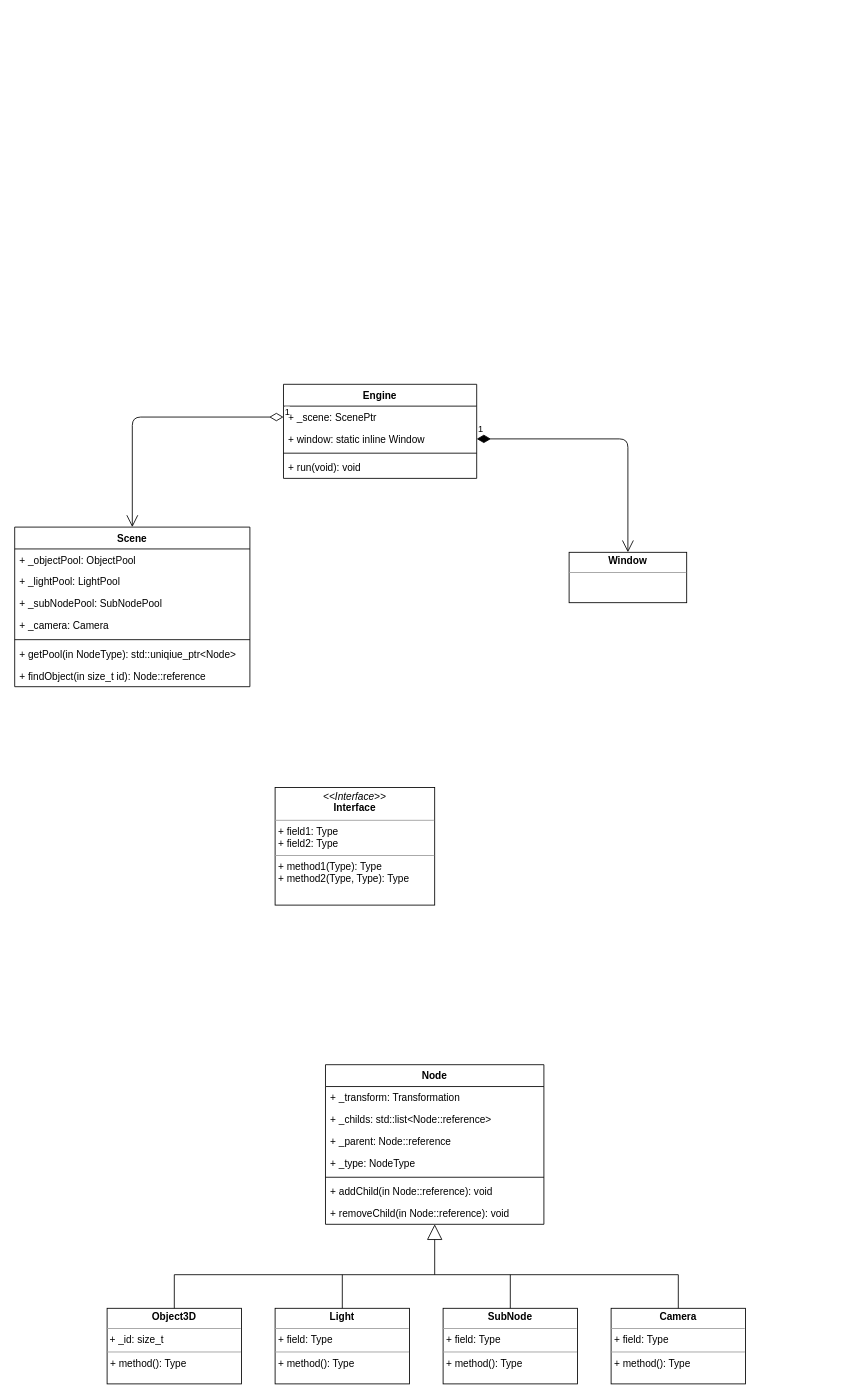
Before: Untitled Diagram.drawio in bit-creator/VisualEngine, a draw.io diagram. Source tidied: cells renumbered, new cells numbered last; positions are measured from the earlier drawing's top-left corner, leaving out a move shared by most shapes. Both pictures are drawn from the tidied source at 84%, with x=0, y=0 at pixel (14, 384).
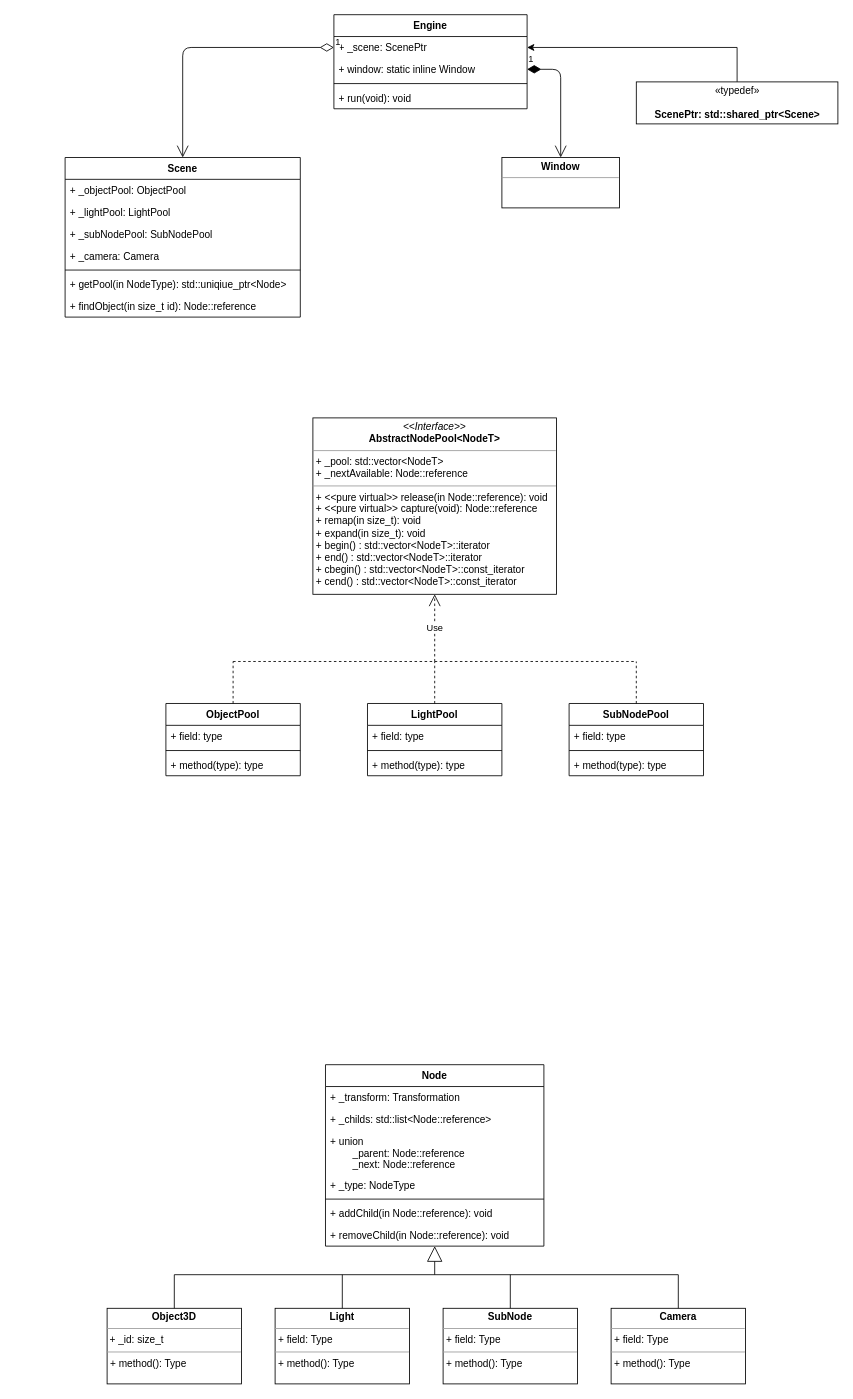
After the change.

Unchanged cells that the change refers to:
```xml
<mxCell id="29" value="+ _scene: ScenePtr" style="text;strokeColor=none;fillColor=none;align=left;verticalAlign=top;spacingLeft=4;spacingRight=4;overflow=hidden;points=[[0,0.5],[1,0.5]];portConstraint=eastwest;" parent="28" vertex="1">
  <mxGeometry y="26" width="230" height="26" as="geometry" />
</mxCell>
```

The edit, as a diff of the source:
```diff
@@
     <mxCell id="2" value="Node" style="swimlane;fontStyle=1;align=center;verticalAlign=top;horizontal=1;startSize=26;" parent="1" vertex="1">
-      <mxGeometry x="370" y="810" width="260" height="190" as="geometry" />
+      <mxGeometry x="370" y="810" width="260" height="216" as="geometry" />
     </mxCell>
@@
-    <mxCell id="5" value="+ _parent: Node::reference" style="text;strokeColor=none;fillColor=none;align=left;verticalAlign=top;spacingLeft=4;spacingRight=4;overflow=hidden;" parent="2" vertex="1">
-      <mxGeometry y="78" width="260" height="26" as="geometry" />
+    <mxCell id="5" value="+ union&#10;        _parent: Node::reference&#10;        _next: Node::reference&#10;" style="text;strokeColor=none;fillColor=none;align=left;verticalAlign=top;spacingLeft=4;spacingRight=4;overflow=hidden;" parent="2" vertex="1">
+      <mxGeometry y="78" width="260" height="52" as="geometry" />
     </mxCell>
     <mxCell id="6" value="+ _type: NodeType" style="text;strokeColor=none;fillColor=none;align=left;verticalAlign=top;spacingLeft=4;spacingRight=4;overflow=hidden;" parent="2" vertex="1">
-      <mxGeometry y="104" width="260" height="26" as="geometry" />
+      <mxGeometry y="130" width="260" height="26" as="geometry" />
     </mxCell>
     <mxCell id="7" style="line;strokeWidth=1;fillColor=none;align=left;verticalAlign=middle;spacingTop=-1;spacingLeft=3;spacingRight=3;labelPosition=right;" parent="2" vertex="1">
-      <mxGeometry y="130" width="260" height="8" as="geometry" />
+      <mxGeometry y="156" width="260" height="8" as="geometry" />
     </mxCell>
     <mxCell id="8" value="+ addChild(in Node::reference): void" style="text;strokeColor=none;fillColor=none;align=left;verticalAlign=top;spacingLeft=4;spacingRight=4;overflow=hidden;" parent="2" vertex="1">
-      <mxGeometry y="138" width="260" height="26" as="geometry" />
+      <mxGeometry y="164" width="260" height="26" as="geometry" />
     </mxCell>
     <mxCell id="9" value="+ removeChild(in Node::reference): void" style="text;strokeColor=none;fillColor=none;align=left;verticalAlign=top;spacingLeft=4;spacingRight=4;overflow=hidden;" parent="2" vertex="1">
-      <mxGeometry y="164" width="260" height="26" as="geometry" />
+      <mxGeometry y="190" width="260" height="26" as="geometry" />
     </mxCell>
     <mxCell id="10" value="Scene" style="swimlane;fontStyle=1;align=center;verticalAlign=top;horizontal=1;startSize=26;" parent="1" vertex="1">
-      <mxGeometry y="170" width="280" height="190" as="geometry" />
+      <mxGeometry x="60" y="-270" width="280" height="190" as="geometry" />
     </mxCell>
@@
     <mxCell id="28" value="Engine" style="swimlane;fontStyle=1;align=center;verticalAlign=top;horizontal=1;startSize=26;" parent="1" vertex="1">
-      <mxGeometry x="320" width="230" height="112" as="geometry" />
+      <mxGeometry x="380" y="-440" width="230" height="112" as="geometry" />
     </mxCell>
@@
     <mxCell id="34" value="&lt;p style=&quot;margin: 0px ; margin-top: 4px ; text-align: center&quot;&gt;&lt;b&gt;Window&lt;/b&gt;&lt;/p&gt;&lt;hr size=&quot;1&quot;&gt;&lt;div style=&quot;height: 2px&quot;&gt;&lt;/div&gt;" style="verticalAlign=top;align=left;overflow=fill;fontSize=12;fontFamily=Helvetica;html=1;" parent="1" vertex="1">
-      <mxGeometry x="660" y="200" width="140" height="60" as="geometry" />
+      <mxGeometry x="580" y="-270" width="140" height="60" as="geometry" />
     </mxCell>
-    <mxCell id="35" value="&lt;p style=&quot;margin:0px;margin-top:4px;text-align:center;&quot;&gt;&lt;i&gt;&amp;lt;&amp;lt;Interface&amp;gt;&amp;gt;&lt;/i&gt;&lt;br/&gt;&lt;b&gt;Interface&lt;/b&gt;&lt;/p&gt;&lt;hr size=&quot;1&quot;/&gt;&lt;p style=&quot;margin:0px;margin-left:4px;&quot;&gt;+ field1: Type&lt;br/&gt;+ field2: Type&lt;/p&gt;&lt;hr size=&quot;1&quot;/&gt;&lt;p style=&quot;margin:0px;margin-left:4px;&quot;&gt;+ method1(Type): Type&lt;br/&gt;+ method2(Type, Type): Type&lt;/p&gt;" style="verticalAlign=top;align=left;overflow=fill;fontSize=12;fontFamily=Helvetica;html=1;" parent="1" vertex="1">
-      <mxGeometry x="310" y="480" width="190" height="140" as="geometry" />
+    <mxCell id="35" value="&lt;p style=&quot;margin: 0px ; margin-top: 4px ; text-align: center&quot;&gt;&lt;i&gt;&amp;lt;&amp;lt;Interface&amp;gt;&amp;gt;&lt;/i&gt;&lt;br&gt;&lt;b&gt;AbstractNodePool&amp;lt;NodeT&amp;gt;&lt;/b&gt;&lt;/p&gt;&lt;hr size=&quot;1&quot;&gt;&lt;p style=&quot;margin: 0px ; margin-left: 4px&quot;&gt;+ _pool: std::vector&amp;lt;NodeT&amp;gt;&lt;br&gt;+ _nextAvailable: Node::reference&lt;/p&gt;&lt;hr size=&quot;1&quot;&gt;&lt;p style=&quot;margin: 0px ; margin-left: 4px&quot;&gt;+ &amp;lt;&amp;lt;pure virtual&amp;gt;&amp;gt; release(in Node::reference): void&lt;br&gt;+ &amp;lt;&amp;lt;pure virtual&amp;gt;&amp;gt; capture(void): Node::reference &lt;br&gt;&lt;/p&gt;&lt;p style=&quot;margin: 0px ; margin-left: 4px&quot;&gt;+ remap(in size_t): void&lt;/p&gt;&lt;p style=&quot;margin: 0px ; margin-left: 4px&quot;&gt;+ expand(in size_t): void&lt;/p&gt;&lt;p style=&quot;margin: 0px ; margin-left: 4px&quot;&gt;+ begin() : std::vector&amp;lt;NodeT&amp;gt;::iterator&lt;/p&gt;&lt;p style=&quot;margin: 0px ; margin-left: 4px&quot;&gt;+ end() : std::vector&amp;lt;NodeT&amp;gt;::iterator&lt;/p&gt;&lt;p style=&quot;margin: 0px ; margin-left: 4px&quot;&gt;+ cbegin() : std::vector&amp;lt;NodeT&amp;gt;::const_iterator&lt;/p&gt;&lt;p style=&quot;margin: 0px ; margin-left: 4px&quot;&gt;+ cend() : std::vector&amp;lt;NodeT&amp;gt;::const_iterator&lt;/p&gt;" style="verticalAlign=top;align=left;overflow=fill;fontSize=12;fontFamily=Helvetica;html=1;" parent="1" vertex="1">
+      <mxGeometry x="355" y="40" width="290" height="210" as="geometry" />
     </mxCell>
@@
+    <mxCell id="37" style="edgeStyle=orthogonalEdgeStyle;rounded=0;jettySize=auto;html=1;entryX=1;entryY=0.5;entryDx=0;entryDy=0;" parent="1" edge="1" source="38" target="29">
+      <mxGeometry relative="1" as="geometry" />
+    </mxCell>
+    <mxCell id="38" value="«typedef»&lt;br&gt;&lt;div&gt;&lt;br&gt;&lt;/div&gt;&lt;div&gt;&lt;b&gt;ScenePtr: std::shared_ptr&amp;lt;Scene&amp;gt;&lt;/b&gt;&lt;br&gt;&lt;/div&gt;&lt;b&gt;&lt;/b&gt;" style="html=1;" parent="1" vertex="1">
+      <mxGeometry x="740" y="-360" width="240" height="50" as="geometry" />
+    </mxCell>
+    <mxCell id="39" value="Use" style="endArrow=open;endSize=12;dashed=1;html=1;entryX=0.5;entryY=1;entryDx=0;entryDy=0;" parent="1" edge="1" target="35">
+      <mxGeometry relative="1" as="geometry">
+        <mxPoint x="500" y="330" as="sourcePoint" />
+      </mxGeometry>
+    </mxCell>
+    <mxCell id="40" value="ObjectPool" style="swimlane;fontStyle=1;align=center;verticalAlign=top;horizontal=1;startSize=26;" parent="1" vertex="1">
+      <mxGeometry x="180" y="380" width="160" height="86" as="geometry" />
+    </mxCell>
+    <mxCell id="41" value="+ field: type" style="text;strokeColor=none;fillColor=none;align=left;verticalAlign=top;spacingLeft=4;spacingRight=4;overflow=hidden;" parent="40" vertex="1">
+      <mxGeometry y="26" width="160" height="26" as="geometry" />
+    </mxCell>
+    <mxCell id="42" style="line;strokeWidth=1;fillColor=none;align=left;verticalAlign=middle;spacingTop=-1;spacingLeft=3;spacingRight=3;labelPosition=right;" parent="40" vertex="1">
+      <mxGeometry y="52" width="160" height="8" as="geometry" />
+    </mxCell>
+    <mxCell id="43" value="+ method(type): type" style="text;strokeColor=none;fillColor=none;align=left;verticalAlign=top;spacingLeft=4;spacingRight=4;overflow=hidden;" parent="40" vertex="1">
+      <mxGeometry y="60" width="160" height="26" as="geometry" />
+    </mxCell>
+    <mxCell id="44" value="LightPool" style="swimlane;fontStyle=1;align=center;verticalAlign=top;horizontal=1;startSize=26;" parent="1" vertex="1">
+      <mxGeometry x="420" y="380" width="160" height="86" as="geometry" />
+    </mxCell>
+    <mxCell id="45" value="+ field: type" style="text;strokeColor=none;fillColor=none;align=left;verticalAlign=top;spacingLeft=4;spacingRight=4;overflow=hidden;" parent="44" vertex="1">
+      <mxGeometry y="26" width="160" height="26" as="geometry" />
+    </mxCell>
+    <mxCell id="46" style="line;strokeWidth=1;fillColor=none;align=left;verticalAlign=middle;spacingTop=-1;spacingLeft=3;spacingRight=3;labelPosition=right;" parent="44" vertex="1">
+      <mxGeometry y="52" width="160" height="8" as="geometry" />
+    </mxCell>
+    <mxCell id="47" value="+ method(type): type" style="text;strokeColor=none;fillColor=none;align=left;verticalAlign=top;spacingLeft=4;spacingRight=4;overflow=hidden;" parent="44" vertex="1">
+      <mxGeometry y="60" width="160" height="26" as="geometry" />
+    </mxCell>
+    <mxCell id="48" value="SubNodePool" style="swimlane;fontStyle=1;align=center;verticalAlign=top;horizontal=1;startSize=26;" parent="1" vertex="1">
+      <mxGeometry x="660" y="380" width="160" height="86" as="geometry" />
+    </mxCell>
+    <mxCell id="49" value="+ field: type" style="text;strokeColor=none;fillColor=none;align=left;verticalAlign=top;spacingLeft=4;spacingRight=4;overflow=hidden;" parent="48" vertex="1">
+      <mxGeometry y="26" width="160" height="26" as="geometry" />
+    </mxCell>
+    <mxCell id="50" style="line;strokeWidth=1;fillColor=none;align=left;verticalAlign=middle;spacingTop=-1;spacingLeft=3;spacingRight=3;labelPosition=right;" parent="48" vertex="1">
+      <mxGeometry y="52" width="160" height="8" as="geometry" />
+    </mxCell>
+    <mxCell id="51" value="+ method(type): type" style="text;strokeColor=none;fillColor=none;align=left;verticalAlign=top;spacingLeft=4;spacingRight=4;overflow=hidden;" parent="48" vertex="1">
+      <mxGeometry y="60" width="160" height="26" as="geometry" />
+    </mxCell>
+    <mxCell id="52" style="endArrow=none;dashed=1;html=1;" parent="1" edge="1">
+      <mxGeometry relative="1" as="geometry">
+        <mxPoint x="260" y="330" as="sourcePoint" />
+        <mxPoint x="740" y="330" as="targetPoint" />
+      </mxGeometry>
+    </mxCell>
+    <mxCell id="53" style="endArrow=none;dashed=1;html=1;exitX=0.5;exitY=0;exitDx=0;exitDy=0;" parent="1" edge="1" source="40">
+      <mxGeometry relative="1" as="geometry">
+        <mxPoint x="260" y="330" as="targetPoint" />
+      </mxGeometry>
+    </mxCell>
+    <mxCell id="54" style="endArrow=none;dashed=1;html=1;exitX=0.5;exitY=0;exitDx=0;exitDy=0;" parent="1" edge="1" source="44">
+      <mxGeometry relative="1" as="geometry">
+        <mxPoint x="500" y="330" as="targetPoint" />
+      </mxGeometry>
+    </mxCell>
+    <mxCell id="55" style="endArrow=none;dashed=1;html=1;exitX=0.5;exitY=0;exitDx=0;exitDy=0;" parent="1" edge="1" source="48">
+      <mxGeometry relative="1" as="geometry">
+        <mxPoint x="740" y="330" as="targetPoint" />
+      </mxGeometry>
+    </mxCell>
```
